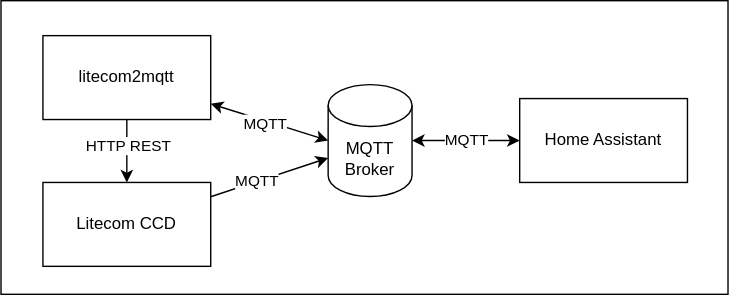
The draw.io diagram docs/system.drawio.svg in swissmanu/litecom2mqtt, before a commit. Source tidied: cells renumbered, new cells last; positions are measured from the earlier drawing's top-left corner, leaving out a move shared by most shapes.
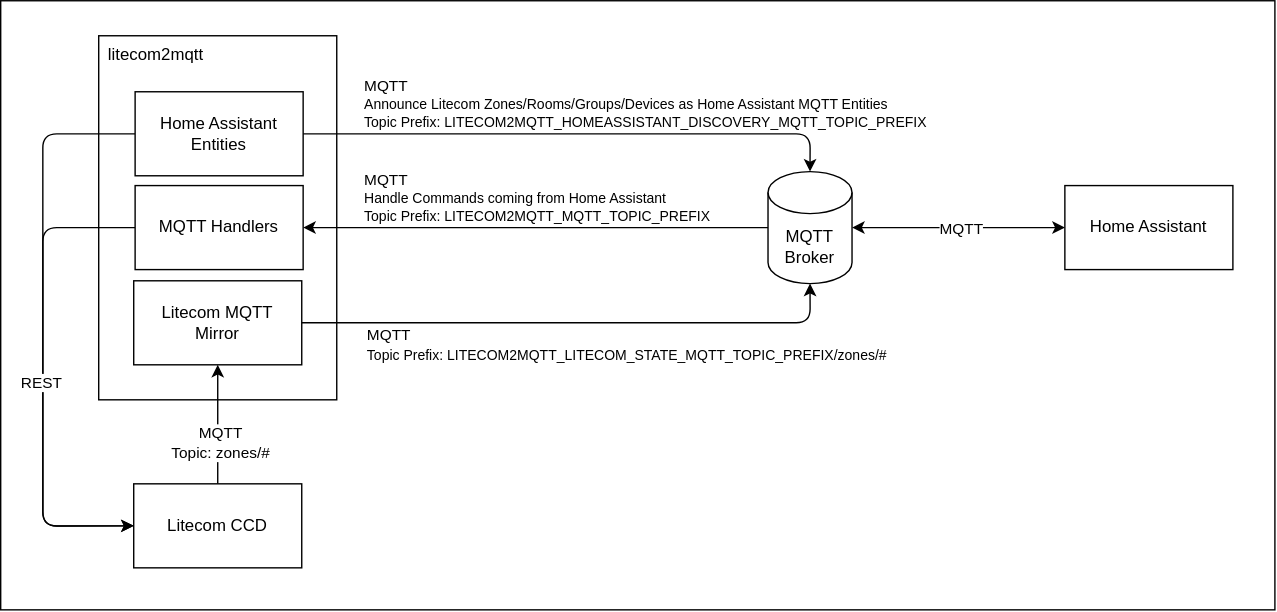
Later version of the same file.

Commit message:
Update System Diagram

The edit, as a diff of the source:
```diff
@@ -2,44 +2,88 @@
   <root>
     <mxCell id="0" />
     <mxCell id="1" parent="0" />
-    <mxCell id="2" style="whiteSpace=wrap;html=1;" parent="1" vertex="1">
-      <mxGeometry width="520" height="210" as="geometry" />
-    </mxCell>
+    <mxCell id="15" style="rounded=0;whiteSpace=wrap;html=1;" parent="1" vertex="1">
+      <mxGeometry x="-110" y="-35" width="910" height="435" as="geometry" />
+    </mxCell>
+    <mxCell id="8" value="litecom2mqtt" style="whiteSpace=wrap;html=1;align=left;horizontal=1;verticalAlign=top;spacingLeft=5;" parent="1" vertex="1">
+      <mxGeometry x="-40" y="-10" width="170" height="260" as="geometry" />
+    </mxCell>
+    <mxCell id="16" style="edgeStyle=orthogonalEdgeStyle;html=1;entryX=0;entryY=0.5;entryDx=0;entryDy=0;" parent="1" edge="1" source="17" target="11">
+      <mxGeometry relative="1" as="geometry">
+        <Array as="points">
+          <mxPoint x="-80" y="60" />
+          <mxPoint x="-80" y="340" />
+        </Array>
+      </mxGeometry>
+    </mxCell>
+    <mxCell id="17" value="Home Assistant Entities" style="rounded=0;whiteSpace=wrap;html=1;" parent="1" vertex="1">
+      <mxGeometry x="-14" y="30" width="120" height="60" as="geometry" />
+    </mxCell>
+    <mxCell id="18" value="Litecom MQTT&lt;div&gt;Mirror&lt;/div&gt;" style="rounded=0;whiteSpace=wrap;html=1;" parent="1" vertex="1">
+      <mxGeometry x="-15" y="165" width="120" height="60" as="geometry" />
+    </mxCell>
     <mxCell id="3" value="MQTT Broker" style="shape=cylinder3;whiteSpace=wrap;html=1;boundedLbl=1;backgroundOutline=1;size=15;" parent="1" vertex="1">
-      <mxGeometry x="234" y="60" width="60" height="80" as="geometry" />
+      <mxGeometry x="438" y="87" width="60" height="80" as="geometry" />
     </mxCell>
-    <mxCell id="4" style="edgeStyle=none;html=1;entryX=0;entryY=0.5;entryDx=0;entryDy=0;entryPerimeter=0;startArrow=classic;startFill=1;endArrow=classic;endFill=1;" parent="1" edge="1" source="8" target="3">
-      <mxGeometry relative="1" as="geometry" />
-    </mxCell>
-    <mxCell id="5" value="MQTT" style="edgeLabel;html=1;align=center;verticalAlign=middle;" parent="4" vertex="1">
-      <mxGeometry x="-0.06" y="-2" relative="1" as="geometry" />
-    </mxCell>
-    <mxCell id="6" style="edgeStyle=none;html=1;entryX=0.5;entryY=0;entryDx=0;entryDy=0;startArrow=none;startFill=0;endArrow=classic;endFill=1;" parent="1" edge="1" source="8" target="11">
-      <mxGeometry relative="1" as="geometry" />
-    </mxCell>
-    <mxCell id="7" value="HTTP REST" style="edgeLabel;html=1;align=center;verticalAlign=middle;" parent="6" vertex="1">
-      <mxGeometry x="-0.2" relative="1" as="geometry" />
-    </mxCell>
-    <mxCell id="8" value="litecom2mqtt" style="rounded=0;whiteSpace=wrap;html=1;" parent="1" vertex="1">
-      <mxGeometry x="30" y="25" width="120" height="60" as="geometry" />
-    </mxCell>
-    <mxCell id="9" style="edgeStyle=none;html=1;entryX=0;entryY=0;entryDx=0;entryDy=52.5;entryPerimeter=0;startArrow=none;startFill=0;endArrow=classic;endFill=1;" parent="1" edge="1" source="11" target="3">
-      <mxGeometry relative="1" as="geometry" />
-    </mxCell>
-    <mxCell id="10" value="MQTT" style="edgeLabel;html=1;align=center;verticalAlign=middle;" parent="9" vertex="1">
-      <mxGeometry x="-0.2" y="1" relative="1" as="geometry" />
-    </mxCell>
+    <mxCell id="19" style="edgeStyle=orthogonalEdgeStyle;html=1;entryX=0.5;entryY=0;entryDx=0;entryDy=0;entryPerimeter=0;rounded=1;" parent="1" edge="1" source="17" target="3">
+      <mxGeometry relative="1" as="geometry" />
+    </mxCell>
+    <mxCell id="20" value="MQTT&lt;div&gt;&lt;font style=&quot;font-size: 10px;&quot;&gt;Announce Litecom Zones/Rooms/Groups/Devices as Home Assistant MQTT Entities&lt;br&gt;Topic Prefix:&amp;nbsp;LITECOM2MQTT_HOMEASSISTANT_DISCOVERY_MQTT_TOPIC_PREFIX&lt;/font&gt;&lt;/div&gt;" style="edgeLabel;html=1;align=left;verticalAlign=middle;" parent="19" vertex="1">
+      <mxGeometry x="-0.16" y="2" relative="1" as="geometry">
+        <mxPoint x="-122" y="-20" as="offset" />
+      </mxGeometry>
+    </mxCell>
+    <mxCell id="21" style="edgeStyle=none;html=1;entryX=0.5;entryY=1;entryDx=0;entryDy=0;" parent="1" edge="1" source="11" target="18">
+      <mxGeometry relative="1" as="geometry" />
+    </mxCell>
+    <mxCell id="22" value="MQTT&lt;div&gt;Topic: zones/#&lt;/div&gt;" style="edgeLabel;html=1;align=center;verticalAlign=middle;" parent="21" vertex="1">
+      <mxGeometry x="-0.09" y="-1" relative="1" as="geometry">
+        <mxPoint y="8" as="offset" />
+      </mxGeometry>
+    </mxCell>
     <mxCell id="11" value="Litecom CCD" style="rounded=0;whiteSpace=wrap;html=1;" parent="1" vertex="1">
-      <mxGeometry x="30" y="130" width="120" height="60" as="geometry" />
+      <mxGeometry x="-15" y="310" width="120" height="60" as="geometry" />
     </mxCell>
+    <mxCell id="23" style="edgeStyle=orthogonalEdgeStyle;html=1;entryX=0.5;entryY=1;entryDx=0;entryDy=0;entryPerimeter=0;" parent="1" edge="1" source="18" target="3">
+      <mxGeometry relative="1" as="geometry" />
+    </mxCell>
+    <mxCell id="24" value="MQTT&lt;br&gt;&lt;font style=&quot;font-size: 10px;&quot;&gt;Topic Prefix:&amp;nbsp;LITECOM2MQTT_LITECOM_STATE_MQTT_TOPIC_PREFIX/zones/#&lt;/font&gt;" style="edgeLabel;html=1;align=left;verticalAlign=middle;" parent="23" vertex="1">
+      <mxGeometry x="-0.2" y="-3" relative="1" as="geometry">
+        <mxPoint x="-111" y="12" as="offset" />
+      </mxGeometry>
+    </mxCell>
+    <mxCell id="25" style="edgeStyle=orthogonalEdgeStyle;html=1;exitX=0;exitY=0.5;exitDx=0;exitDy=0;entryX=0;entryY=0.5;entryDx=0;entryDy=0;" parent="1" edge="1" source="27" target="11">
+      <mxGeometry relative="1" as="geometry">
+        <Array as="points">
+          <mxPoint x="-80" y="127" />
+          <mxPoint x="-80" y="340" />
+        </Array>
+      </mxGeometry>
+    </mxCell>
+    <mxCell id="26" value="REST" style="edgeLabel;html=1;align=center;verticalAlign=middle;" parent="25" vertex="1">
+      <mxGeometry x="0.03" y="-2" relative="1" as="geometry" />
+    </mxCell>
+    <mxCell id="27" value="MQTT Handlers" style="rounded=0;whiteSpace=wrap;html=1;" parent="1" vertex="1">
+      <mxGeometry x="-14" y="97" width="120" height="60" as="geometry" />
+    </mxCell>
+    <mxCell id="28" style="edgeStyle=none;html=1;entryX=0;entryY=0.5;entryDx=0;entryDy=0;entryPerimeter=0;startArrow=classic;startFill=1;endArrow=none;endFill=0;" parent="1" edge="1" source="27" target="3">
+      <mxGeometry relative="1" as="geometry" />
+    </mxCell>
+    <mxCell id="29" value="MQTT&lt;div&gt;&lt;span style=&quot;font-size: 10px;&quot;&gt;Handle Commands coming from Home Assistant&lt;/span&gt;&lt;/div&gt;&lt;div&gt;&lt;font style=&quot;font-size: 10px;&quot;&gt;Topic Prefix: LITECOM2MQTT_MQTT_TOPIC_PREFIX&lt;/font&gt;&lt;/div&gt;" style="edgeLabel;html=1;align=left;verticalAlign=middle;" parent="28" vertex="1">
+      <mxGeometry x="-0.54" y="1" relative="1" as="geometry">
+        <mxPoint x="-34" y="-21" as="offset" />
+      </mxGeometry>
+    </mxCell>
+    <mxCell id="14" value="Home Assistant" style="rounded=0;whiteSpace=wrap;html=1;" parent="1" vertex="1">
+      <mxGeometry x="650" y="97" width="120" height="60" as="geometry" />
+    </mxCell>
     <mxCell id="12" style="edgeStyle=none;html=1;entryX=1;entryY=0.5;entryDx=0;entryDy=0;entryPerimeter=0;startArrow=classic;startFill=1;" parent="1" edge="1" source="14" target="3">
       <mxGeometry relative="1" as="geometry" />
     </mxCell>
-    <mxCell id="13" value="MQTT" style="edgeLabel;html=1;align=center;verticalAlign=middle;" parent="12" vertex="1">
-      <mxGeometry y="-1" relative="1" as="geometry" />
-    </mxCell>
-    <mxCell id="14" value="Home Assistant" style="rounded=0;whiteSpace=wrap;html=1;" parent="1" vertex="1">
-      <mxGeometry x="371" y="70" width="120" height="60" as="geometry" />
-    </mxCell>
+    <mxCell id="30" value="MQTT" style="edgeLabel;html=1;align=center;verticalAlign=middle;" parent="12" vertex="1">
+      <mxGeometry x="0.12" y="1" relative="1" as="geometry">
+        <mxPoint x="11" y="-1" as="offset" />
+      </mxGeometry>
+    </mxCell>
   </root>
 </mxGraphModel>
```
